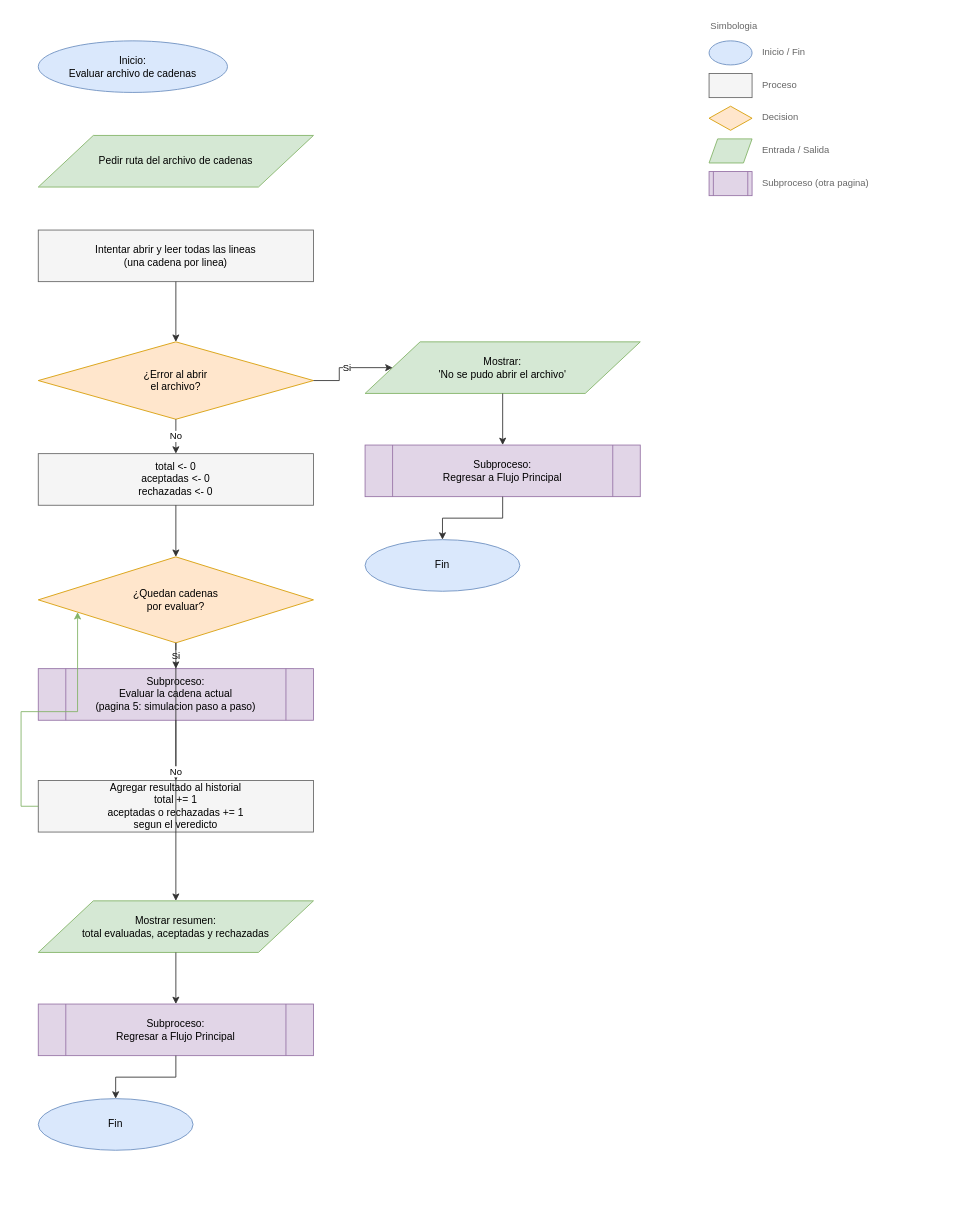
Earlier version of the draw.io diagram Proyecto 2/Documentacion/diagramas/11_Evaluar_archivo_de_cadenas.drawio (rodruiz03/Proyecto_LFA). Source tidied: cells renumbered, new cells numbered last; positions are measured from the earlier drawing's top-left corner, leaving out a move shared by most shapes. Both pictures are drawn from the tidied source at 86%, with x=0, y=0 at pixel (38, 15).
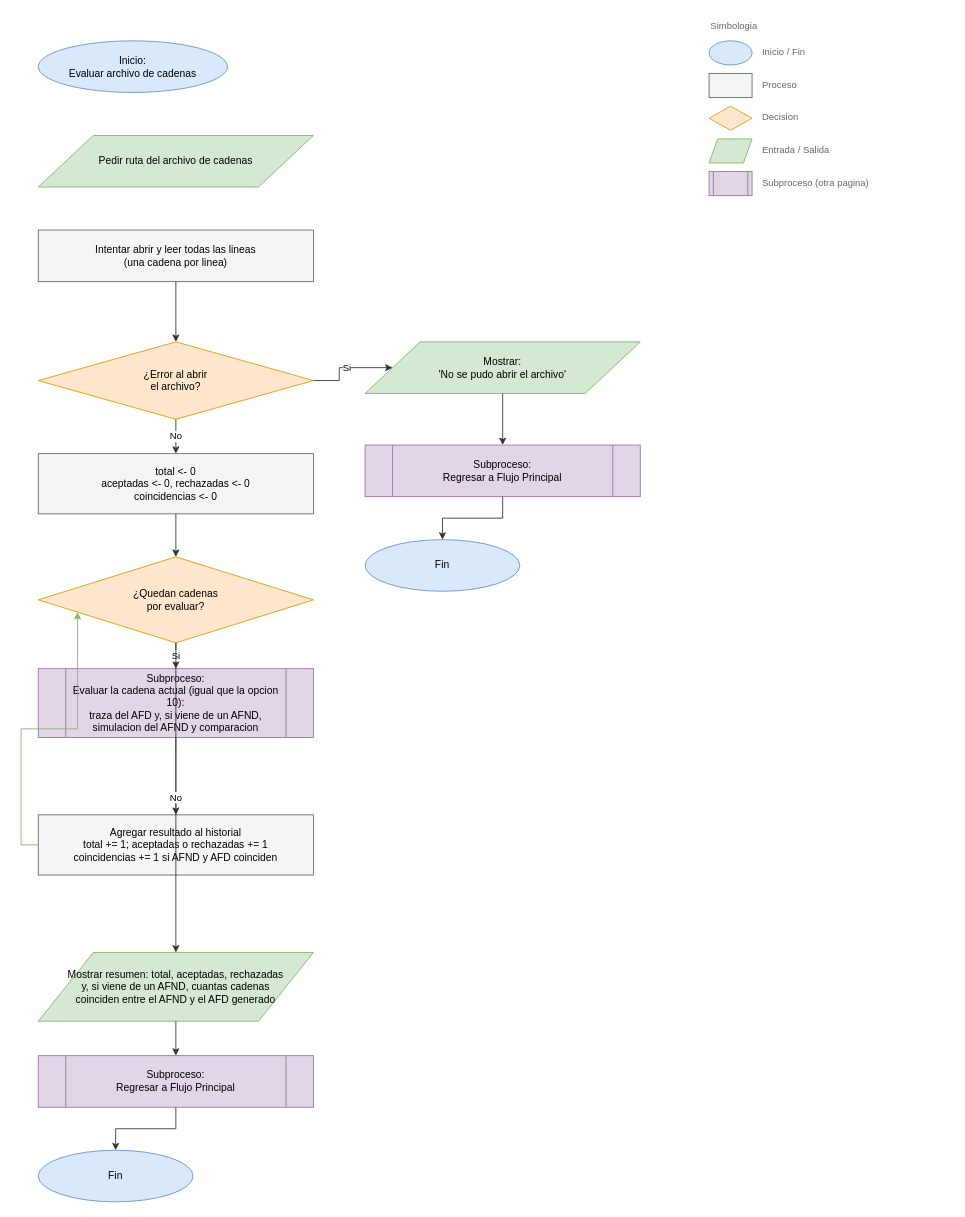
Above is the later version.

Change to the diagram source:
```diff
@@
-    <mxCell id="13" value="total &lt;- 0&#10;aceptadas &lt;- 0&#10;rechazadas &lt;- 0" style="rounded=0;whiteSpace=wrap;html=1;fillColor=#f5f5f5;strokeColor=#666666;fontSize=12;align=center;" parent="1" vertex="1">
-      <mxGeometry y="510" width="320" height="60" as="geometry" />
+    <mxCell id="13" value="total &lt;- 0&#10;aceptadas &lt;- 0, rechazadas &lt;- 0&#10;coincidencias &lt;- 0" style="rounded=0;whiteSpace=wrap;html=1;fillColor=#f5f5f5;strokeColor=#666666;fontSize=12;align=center;" parent="1" vertex="1">
+      <mxGeometry y="510" width="320" height="70" as="geometry" />
     </mxCell>
@@
-    <mxCell id="17" value="Subproceso:&#10;Evaluar la cadena actual&#10;(pagina 5: simulacion paso a paso)" style="shape=process;whiteSpace=wrap;html=1;fillColor=#e1d5e7;strokeColor=#9673a6;fontSize=12;align=center;" parent="1" vertex="1">
-      <mxGeometry y="760" width="320" height="60" as="geometry" />
+    <mxCell id="17" value="Subproceso:&#10;Evaluar la cadena actual (igual que la opcion 10):&#10;traza del AFD y, si viene de un AFND,&#10;simulacion del AFND y comparacion" style="shape=process;whiteSpace=wrap;html=1;fillColor=#e1d5e7;strokeColor=#9673a6;fontSize=12;align=center;" parent="1" vertex="1">
+      <mxGeometry y="760" width="320" height="80" as="geometry" />
     </mxCell>
@@
-    <mxCell id="19" value="Agregar resultado al historial&#10;total += 1&#10;aceptadas o rechazadas += 1&#10;segun el veredicto" style="rounded=0;whiteSpace=wrap;html=1;fillColor=#f5f5f5;strokeColor=#666666;fontSize=12;align=center;" parent="1" vertex="1">
-      <mxGeometry y="890" width="320" height="60" as="geometry" />
+    <mxCell id="19" value="Agregar resultado al historial&#10;total += 1; aceptadas o rechazadas += 1&#10;coincidencias += 1 si AFND y AFD coinciden" style="rounded=0;whiteSpace=wrap;html=1;fillColor=#f5f5f5;strokeColor=#666666;fontSize=12;align=center;" parent="1" vertex="1">
+      <mxGeometry y="930" width="320" height="70" as="geometry" />
     </mxCell>
@@
-    <mxCell id="22" value="Mostrar resumen:&#10;total evaluadas, aceptadas y rechazadas" style="shape=parallelogram;perimeter=parallelogramPerimeter;whiteSpace=wrap;html=1;fillColor=#d5e8d4;strokeColor=#82b366;fontSize=12;align=center;" parent="1" vertex="1">
-      <mxGeometry y="1030" width="320" height="60" as="geometry" />
+    <mxCell id="22" value="Mostrar resumen: total, aceptadas, rechazadas&#10;y, si viene de un AFND, cuantas cadenas&#10;coinciden entre el AFND y el AFD generado" style="shape=parallelogram;perimeter=parallelogramPerimeter;whiteSpace=wrap;html=1;fillColor=#d5e8d4;strokeColor=#82b366;fontSize=12;align=center;" parent="1" vertex="1">
+      <mxGeometry y="1090" width="320" height="80" as="geometry" />
     </mxCell>
@@
     <mxCell id="24" value="Subproceso:&#10;Regresar a Flujo Principal" style="shape=process;whiteSpace=wrap;html=1;fillColor=#e1d5e7;strokeColor=#9673a6;fontSize=12;align=center;" parent="1" vertex="1">
-      <mxGeometry y="1150" width="320" height="60" as="geometry" />
+      <mxGeometry y="1210" width="320" height="60" as="geometry" />
     </mxCell>
@@
     <mxCell id="26" value="Fin" style="ellipse;whiteSpace=wrap;html=1;fillColor=#dae8fc;strokeColor=#6c8ebf;fontSize=12;" parent="1" vertex="1">
-      <mxGeometry y="1260" width="180" height="60" as="geometry" />
+      <mxGeometry y="1320" width="180" height="60" as="geometry" />
     </mxCell>
```
